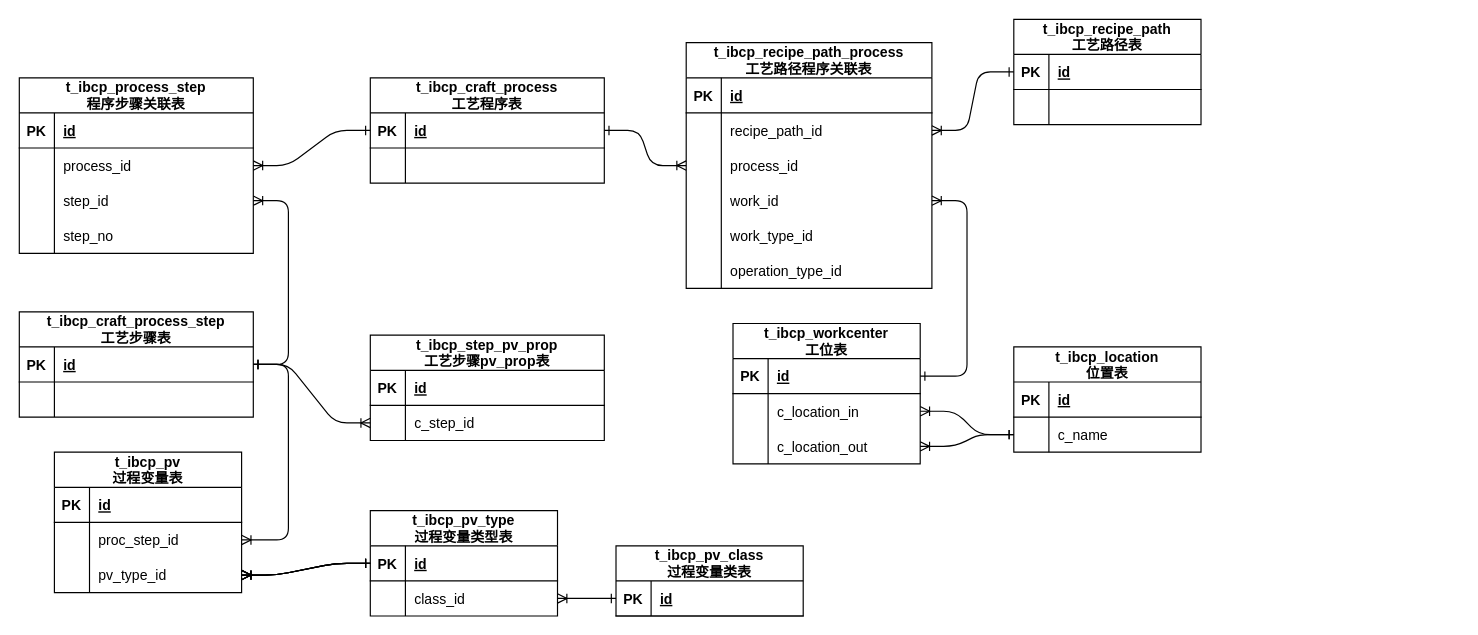
This is page "步骤,pv,程序,工位,路径配置" (3 of 10) of mes/db.drawio from FreshCabbage666/drawio, a draw.io file, before an edit. Source tidied: cells renumbered, new cells numbered last; positions are measured from the earlier drawing's top-left corner, leaving out a move shared by most shapes. Both pictures are drawn from the tidied source at 117%, with x=0, y=0 at pixel (19, 19).
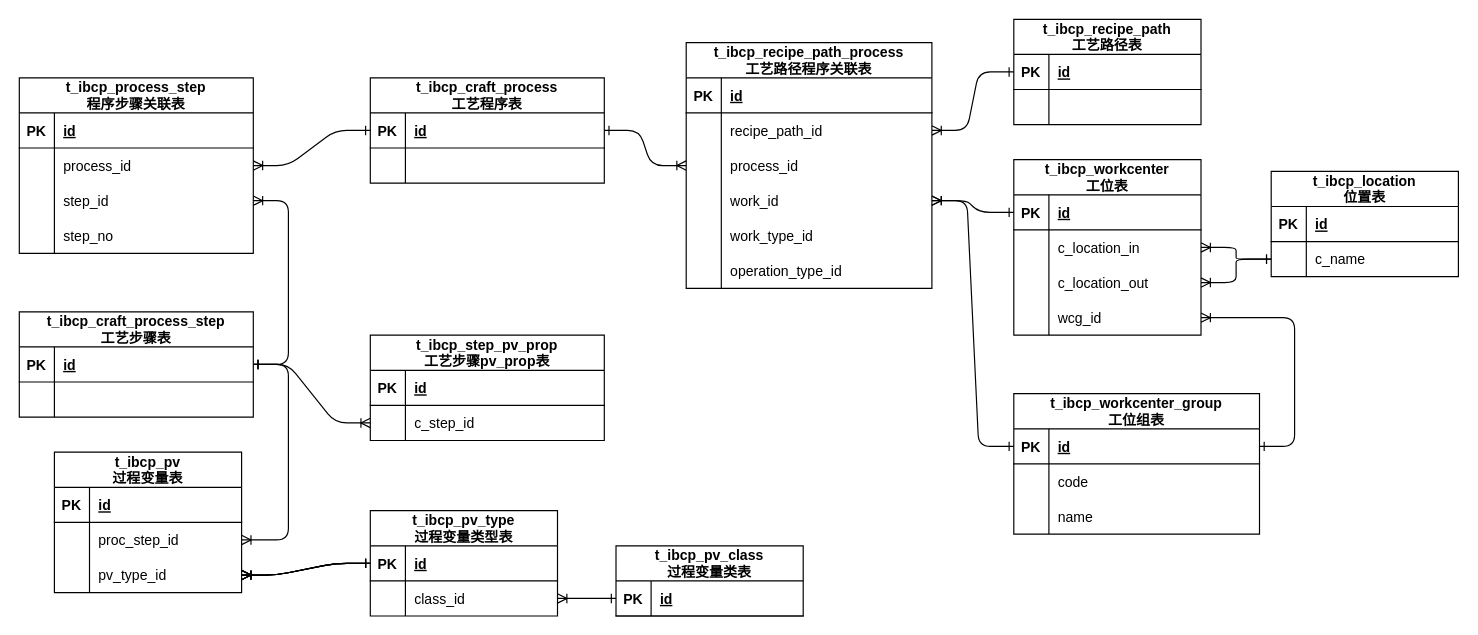
Above is the later version.

Unchanged cells that the change refers to:
```xml
<mxCell id="81" style="shape=partialRectangle;fillColor=none;points=[[0,0.5],[1,0.5]];portConstraint=eastwest;top=0;left=0;right=0;bottom=0;" parent="71" vertex="1">
  <mxGeometry y="120" width="210" height="30" as="geometry" />
</mxCell>
```

What changed in the source:
```diff
@@
     <mxCell id="42" value="t_ibcp_location&#10;位置表" style="shape=table;startSize=30;childLayout=tableLayout;rowLines=0;fontStyle=1;align=center;" parent="1" vertex="1">
-      <mxGeometry x="850" y="280" width="160" height="90" as="geometry" />
+      <mxGeometry x="1070" y="130" width="160" height="90" as="geometry" />
     </mxCell>
@@
     <mxCell id="49" value="t_ibcp_workcenter&#10;工位表" style="shape=table;startSize=30;childLayout=tableLayout;rowLines=0;fontStyle=1;align=center;" parent="1" vertex="1">
-      <mxGeometry x="610" y="260" width="160" height="120" as="geometry" />
+      <mxGeometry x="850" y="120" width="160" height="150" as="geometry" />
     </mxCell>
@@
+    <mxCell id="114" style="shape=partialRectangle;fillColor=none;points=[[0,0.5],[1,0.5]];portConstraint=eastwest;top=0;left=0;right=0;bottom=0;" parent="49" vertex="1">
+      <mxGeometry y="120" width="160" height="30" as="geometry" />
+    </mxCell>
+    <mxCell id="115" style="shape=partialRectangle;overflow=hidden;fillColor=none;top=0;left=0;bottom=0;right=0;" parent="114" vertex="1">
+      <mxGeometry width="30" height="30" as="geometry" />
+    </mxCell>
+    <mxCell id="116" value="wcg_id" style="shape=partialRectangle;overflow=hidden;fillColor=none;top=0;left=0;bottom=0;right=0;align=left;spacingLeft=6;" parent="114" vertex="1">
+      <mxGeometry x="30" width="130" height="30" as="geometry" />
+    </mxCell>
@@
+    <mxCell id="117" value="t_ibcp_workcenter_group&#10;工位组表" style="shape=table;startSize=30;childLayout=tableLayout;rowLines=0;fontStyle=1;align=center;" parent="1" vertex="1">
+      <mxGeometry x="850" y="320" width="210" height="120" as="geometry" />
+    </mxCell>
+    <mxCell id="118" style="shape=partialRectangle;fillColor=none;points=[[0,0.5],[1,0.5]];portConstraint=eastwest;top=0;left=0;right=0;bottom=1;" parent="117" vertex="1">
+      <mxGeometry y="30" width="210" height="30" as="geometry" />
+    </mxCell>
+    <mxCell id="119" value="PK" style="shape=partialRectangle;overflow=hidden;fillColor=none;top=0;left=0;bottom=0;right=0;fontStyle=1;" parent="118" vertex="1">
+      <mxGeometry width="30" height="30" as="geometry" />
+    </mxCell>
+    <mxCell id="120" value="id" style="shape=partialRectangle;overflow=hidden;fillColor=none;top=0;left=0;bottom=0;right=0;align=left;spacingLeft=6;fontStyle=5;" parent="118" vertex="1">
+      <mxGeometry x="30" width="180" height="30" as="geometry" />
+    </mxCell>
+    <mxCell id="121" style="shape=partialRectangle;fillColor=none;top=0;left=0;right=0;bottom=0;" parent="117" vertex="1">
+      <mxGeometry y="60" width="210" height="30" as="geometry" />
+    </mxCell>
+    <mxCell id="122" style="shape=partialRectangle;overflow=hidden;fillColor=none;top=0;left=0;bottom=0;right=0;" parent="121" vertex="1">
+      <mxGeometry width="30" height="30" as="geometry" />
+    </mxCell>
+    <mxCell id="123" value="code" style="shape=partialRectangle;overflow=hidden;fillColor=none;top=0;left=0;bottom=0;right=0;align=left;spacingLeft=6;" parent="121" vertex="1">
+      <mxGeometry x="30" width="180" height="30" as="geometry" />
+    </mxCell>
+    <mxCell id="124" style="shape=partialRectangle;fillColor=none;top=0;left=0;right=0;bottom=0;" parent="117" vertex="1">
+      <mxGeometry y="90" width="210" height="30" as="geometry" />
+    </mxCell>
+    <mxCell id="125" style="shape=partialRectangle;overflow=hidden;fillColor=none;top=0;left=0;bottom=0;right=0;" parent="124" vertex="1">
+      <mxGeometry width="30" height="30" as="geometry" />
+    </mxCell>
+    <mxCell id="126" value="name" style="shape=partialRectangle;overflow=hidden;fillColor=none;top=0;left=0;bottom=0;right=0;align=left;spacingLeft=6;" parent="124" vertex="1">
+      <mxGeometry x="30" width="180" height="30" as="geometry" />
+    </mxCell>
+    <mxCell id="127" style="edgeStyle=entityRelationEdgeStyle;endArrow=ERone;startArrow=ERoneToMany;endFill=0;startFill=0;" parent="1" edge="1" source="114" target="118">
+      <mxGeometry relative="1" as="geometry">
+        <Array as="points">
+          <mxPoint x="1810" y="675" />
+        </Array>
+      </mxGeometry>
+    </mxCell>
+    <mxCell id="128" style="edgeStyle=entityRelationEdgeStyle;endArrow=ERoneToMany;startArrow=ERone;endFill=0;startFill=0;entryX=1;entryY=0.5;entryDx=0;entryDy=0;" parent="1" edge="1" source="118" target="81">
+      <mxGeometry relative="1" as="geometry">
+        <Array as="points">
+          <mxPoint x="660" y="885" />
+        </Array>
+      </mxGeometry>
+    </mxCell>
```
